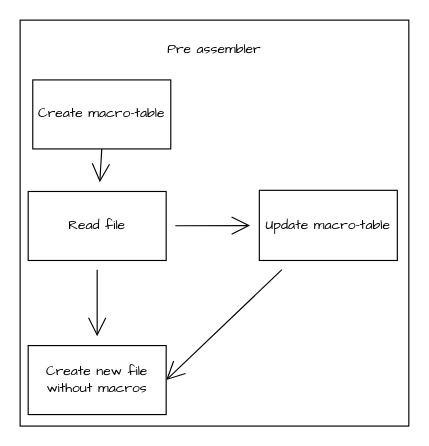
Before: Assembler-planning.drawio in jonny-tr/OpenI-C-Project, a draw.io diagram. Source tidied: cells renumbered, new cells numbered last; positions are measured from the earlier drawing's top-left corner, leaving out a move shared by most shapes. Both pictures are drawn from the tidied source at 115%, with x=0, y=0 at pixel (20, 20).
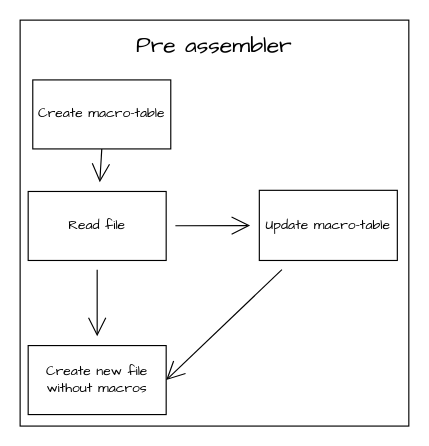
The same page after the edit.

What changed in the source:
```diff
@@
 <mxGraphModel>
   <root>
     <mxCell id="0" />
     <mxCell id="1" parent="0" />
-    <mxCell id="2" value="Pre assembler&lt;div&gt;&lt;br&gt;&lt;/div&gt;&lt;div&gt;&lt;br&gt;&lt;/div&gt;&lt;div&gt;&lt;br&gt;&lt;/div&gt;&lt;div&gt;&lt;br&gt;&lt;/div&gt;&lt;div&gt;&lt;br&gt;&lt;/div&gt;&lt;div&gt;&lt;br&gt;&lt;/div&gt;&lt;div&gt;&lt;br&gt;&lt;/div&gt;&lt;div&gt;&lt;br&gt;&lt;/div&gt;&lt;div&gt;&lt;br&gt;&lt;/div&gt;&lt;div&gt;&lt;br&gt;&lt;/div&gt;&lt;div&gt;&lt;br&gt;&lt;/div&gt;&lt;div&gt;&lt;br&gt;&lt;/div&gt;&lt;div&gt;&lt;br&gt;&lt;/div&gt;&lt;div&gt;&lt;br&gt;&lt;/div&gt;&lt;div&gt;&lt;br&gt;&lt;/div&gt;&lt;div&gt;&lt;br&gt;&lt;/div&gt;&lt;div&gt;&lt;br&gt;&lt;/div&gt;&lt;div&gt;&lt;br&gt;&lt;/div&gt;&lt;div&gt;&lt;br&gt;&lt;/div&gt;&lt;div&gt;&lt;br&gt;&lt;/div&gt;&lt;div&gt;&lt;br&gt;&lt;/div&gt;" style="rounded=0;whiteSpace=wrap;html=1;fontFamily=Architects Daughter;" parent="1" vertex="1">
+    <mxCell id="2" value="&lt;font style=&quot;font-size: 20px;&quot;&gt;Pre assembler&lt;/font&gt;&lt;div style=&quot;font-size: 20px;&quot;&gt;&lt;font style=&quot;font-size: 20px;&quot;&gt;&lt;br&gt;&lt;/font&gt;&lt;/div&gt;&lt;div style=&quot;font-size: 20px;&quot;&gt;&lt;font style=&quot;font-size: 20px;&quot;&gt;&lt;br&gt;&lt;/font&gt;&lt;/div&gt;&lt;div style=&quot;font-size: 20px;&quot;&gt;&lt;font style=&quot;font-size: 20px;&quot;&gt;&lt;br&gt;&lt;/font&gt;&lt;/div&gt;&lt;div style=&quot;font-size: 20px;&quot;&gt;&lt;font style=&quot;font-size: 20px;&quot;&gt;&lt;br&gt;&lt;/font&gt;&lt;/div&gt;&lt;div style=&quot;font-size: 20px;&quot;&gt;&lt;font style=&quot;font-size: 20px;&quot;&gt;&lt;br&gt;&lt;/font&gt;&lt;/div&gt;&lt;div style=&quot;font-size: 20px;&quot;&gt;&lt;font style=&quot;font-size: 20px;&quot;&gt;&lt;br&gt;&lt;/font&gt;&lt;/div&gt;&lt;div style=&quot;font-size: 20px;&quot;&gt;&lt;font style=&quot;font-size: 20px;&quot;&gt;&lt;br&gt;&lt;/font&gt;&lt;/div&gt;&lt;div style=&quot;font-size: 20px;&quot;&gt;&lt;font style=&quot;font-size: 20px;&quot;&gt;&lt;br&gt;&lt;/font&gt;&lt;/div&gt;&lt;div style=&quot;font-size: 20px;&quot;&gt;&lt;font style=&quot;font-size: 20px;&quot;&gt;&lt;br&gt;&lt;/font&gt;&lt;/div&gt;&lt;div style=&quot;font-size: 20px;&quot;&gt;&lt;font style=&quot;font-size: 20px;&quot;&gt;&lt;br&gt;&lt;/font&gt;&lt;/div&gt;&lt;div style=&quot;font-size: 20px;&quot;&gt;&lt;font style=&quot;font-size: 20px;&quot;&gt;&lt;br&gt;&lt;/font&gt;&lt;/div&gt;&lt;div style=&quot;font-size: 20px;&quot;&gt;&lt;font style=&quot;font-size: 20px;&quot;&gt;&lt;br&gt;&lt;/font&gt;&lt;/div&gt;&lt;div style=&quot;font-size: 20px;&quot;&gt;&lt;br&gt;&lt;/div&gt;" style="rounded=0;whiteSpace=wrap;html=1;fontFamily=Architects Daughter;" parent="1" vertex="1">
       <mxGeometry width="338" height="353" as="geometry" />
     </mxCell>
     <mxCell id="3" style="edgeStyle=none;curved=1;rounded=0;jettySize=auto;html=1;fontFamily=Architects Daughter;fontSize=16;startSize=14;endArrow=open;endSize=14;sourcePerimeterSpacing=8;targetPerimeterSpacing=8;" parent="1" edge="1" source="5" target="7">
       <mxGeometry relative="1" as="geometry" />
     </mxCell>
     <mxCell id="4" style="edgeStyle=none;curved=1;rounded=0;jettySize=auto;html=1;fontFamily=Architects Daughter;fontSize=16;startSize=14;endArrow=open;endSize=14;sourcePerimeterSpacing=8;targetPerimeterSpacing=8;" parent="1" edge="1" source="5" target="9">
       <mxGeometry relative="1" as="geometry" />
     </mxCell>
     <mxCell id="5" value="Read file" style="rounded=0;whiteSpace=wrap;html=1;fontFamily=Architects Daughter;" parent="1" vertex="1">
       <mxGeometry x="7" y="149" width="120" height="60" as="geometry" />
     </mxCell>
     <mxCell id="6" style="edgeStyle=none;curved=1;rounded=0;jettySize=auto;html=1;fontFamily=Architects Daughter;fontSize=16;startSize=14;endArrow=open;endSize=14;sourcePerimeterSpacing=8;targetPerimeterSpacing=8;exitX=0.5;exitY=1;exitDx=0;exitDy=0;" parent="1" edge="1" source="10" target="5">
       <mxGeometry relative="1" as="geometry" />
     </mxCell>
     <mxCell id="7" value="Create new file without macros" style="whiteSpace=wrap;html=1;fontFamily=Architects Daughter;rounded=0;" parent="1" vertex="1">
       <mxGeometry x="7" y="283" width="120" height="60" as="geometry" />
     </mxCell>
     <mxCell id="8" style="edgeStyle=none;curved=1;rounded=0;jettySize=auto;html=1;entryX=1;entryY=0.5;entryDx=0;entryDy=0;fontFamily=Architects Daughter;fontSize=16;startSize=14;endArrow=open;endSize=14;sourcePerimeterSpacing=8;targetPerimeterSpacing=8;" parent="1" edge="1" source="9" target="7">
       <mxGeometry relative="1" as="geometry" />
     </mxCell>
     <mxCell id="9" value="Update macro-table" style="rounded=0;whiteSpace=wrap;html=1;fontFamily=Architects Daughter;" parent="1" vertex="1">
       <mxGeometry x="208" y="148" width="120" height="61" as="geometry" />
     </mxCell>
     <mxCell id="10" value="Create macro-table" style="rounded=0;whiteSpace=wrap;html=1;fontFamily=Architects Daughter;" parent="1" vertex="1">
       <mxGeometry x="11" y="52" width="120" height="60" as="geometry" />
     </mxCell>
   </root>
 </mxGraphModel>
```
